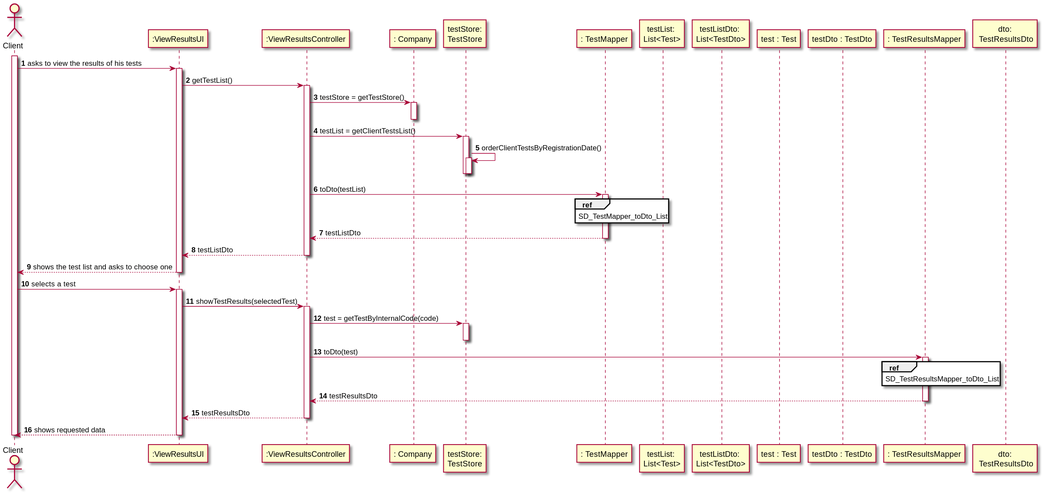
Before: docs/SprintD/US01/US1_SD.svg, a diagram exported from PlantUML (manu-07-ela/LAPR2_ISEP).
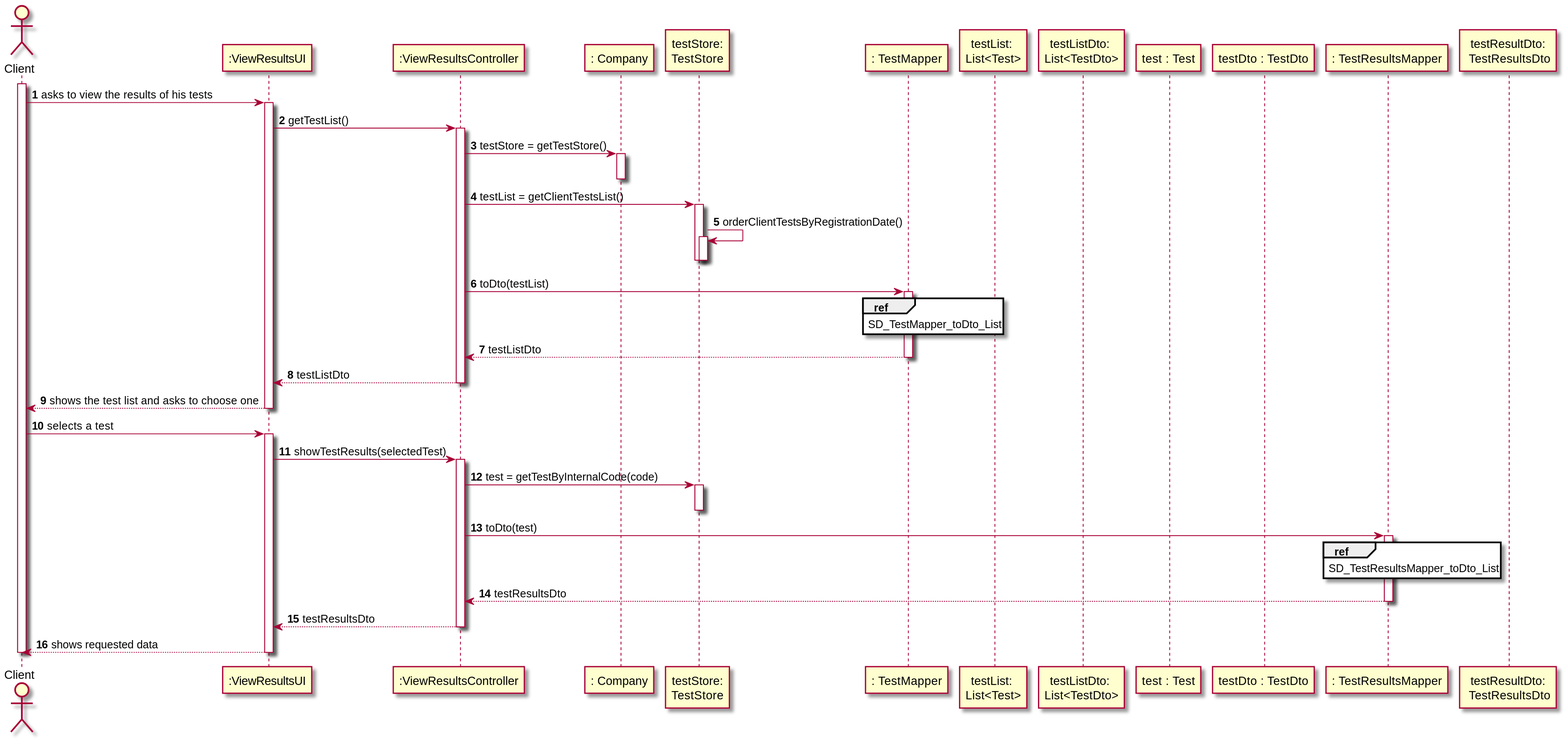
After the change.

Change to the diagram source:
```diff
@@ -12,7 +12,7 @@
 participant "test : Test" as TEST
 participant "testDto : TestDto" as TESTDTO
 participant ": TestResultsMapper" as trMAPPER
-participant "dto:\n TestResultsDto" as TRDto
+participant "testResultDto:\n TestResultsDto" as TRDto
 
 activate CL
 CL -> UI : asks to view the results of his tests
```
